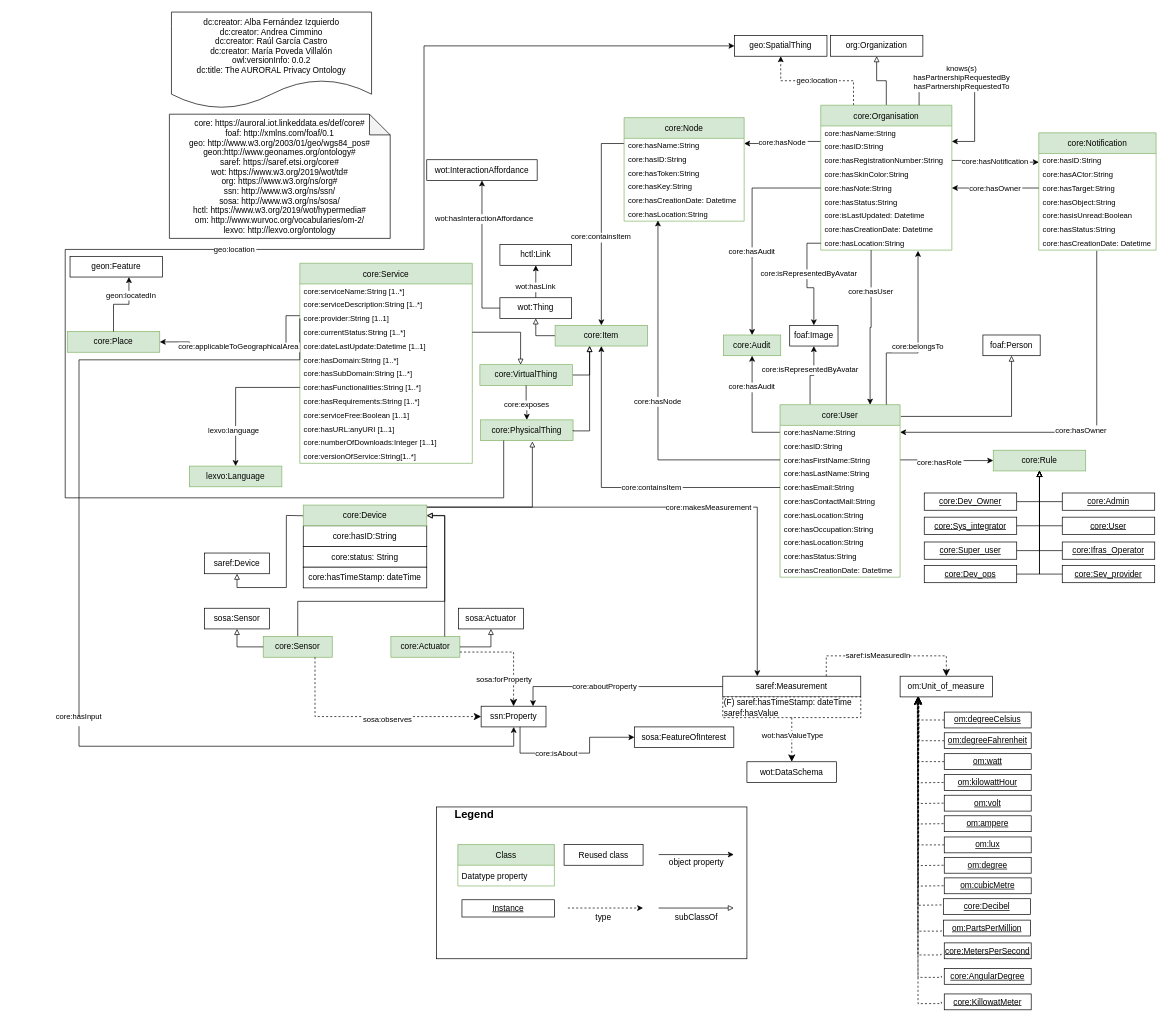
Earlier version of the draw.io diagram page "V2" (1 of 2) of diagrams/core.drawio (oeg-upm/auroral-core-ontology). Source tidied: cells renumbered, new cells numbered last; positions are measured from the earlier drawing's top-left corner, leaving out a move shared by most shapes. Both pictures are drawn from the tidied source at 69%, with x=0, y=0 at pixel (65, 12).
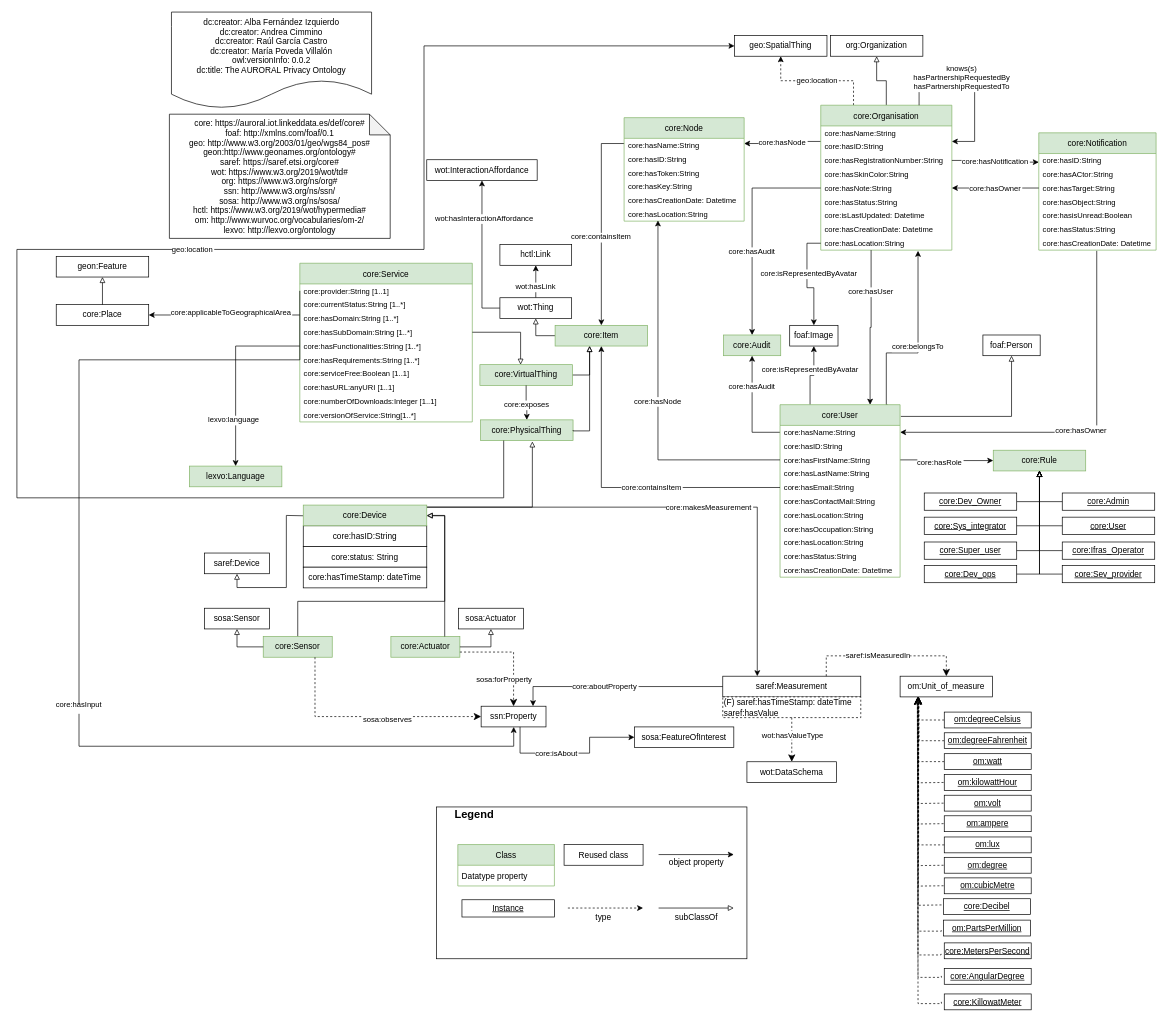
Above is the later version.

Unchanged cells that the change refers to:
```xml
<mxCell id="47" value="geo:SpatialThing" style="rounded=0;whiteSpace=wrap;html=1;" parent="1" vertex="1">
  <mxGeometry x="970" y="34" width="134" height="30" as="geometry" />
</mxCell>
<mxCell id="171" value="core:VirtualThing" style="rounded=0;whiteSpace=wrap;html=1;fillColor=#d5e8d4;strokeColor=#82b366;" parent="1" vertex="1">
  <mxGeometry x="601" y="511" width="134" height="30" as="geometry" />
</mxCell>
<mxCell id="172" value="core:PhysicalThing" style="rounded=0;whiteSpace=wrap;html=1;fillColor=#d5e8d4;strokeColor=#82b366;" parent="1" vertex="1">
  <mxGeometry x="602" y="591" width="134" height="30" as="geometry" />
</mxCell>
```

What changed in the source:
```diff
@@
     <mxCell id="157" value="core:Service" style="swimlane;fontStyle=0;horizontal=1;startSize=30;fillColor=#d5e8d4;strokeColor=#82b366;" parent="1" vertex="1">
-      <mxGeometry x="340" y="364" width="250" height="290" as="geometry" />
+      <mxGeometry x="340" y="364" width="250" height="230" as="geometry" />
     </mxCell>
-    <mxCell id="158" value="core:serviceName:String [1..*]" style="text;strokeColor=none;fillColor=none;align=left;verticalAlign=middle;spacingLeft=4;spacingRight=4;overflow=hidden;fontSize=11;" parent="157" vertex="1">
-      <mxGeometry y="30" width="250" height="20" as="geometry" />
-    </mxCell>
-    <mxCell id="159" value="core:serviceDescription:String [1..*]" style="text;strokeColor=none;fillColor=none;align=left;verticalAlign=middle;spacingLeft=4;spacingRight=4;overflow=hidden;fontSize=11;" parent="157" vertex="1">
-      <mxGeometry y="50" width="250" height="20" as="geometry" />
-    </mxCell>
     <mxCell id="160" value="core:provider:String [1..1]" style="text;strokeColor=none;fillColor=none;align=left;verticalAlign=middle;spacingLeft=4;spacingRight=4;overflow=hidden;points=[[0,0.5],[1,0.5]];portConstraint=eastwest;fontSize=11;" parent="157" vertex="1">
-      <mxGeometry y="70" width="250" height="20" as="geometry" />
+      <mxGeometry y="30" width="250" height="20" as="geometry" />
     </mxCell>
     <mxCell id="161" value="core:currentStatus:String [1..*]" style="text;strokeColor=none;fillColor=none;align=left;verticalAlign=middle;spacingLeft=4;spacingRight=4;overflow=hidden;points=[[0,0.5],[1,0.5]];portConstraint=eastwest;fontSize=11;" parent="157" vertex="1">
-      <mxGeometry y="90" width="250" height="20" as="geometry" />
+      <mxGeometry y="50" width="250" height="20" as="geometry" />
     </mxCell>
-    <mxCell id="162" value="core:dateLastUpdate:Datetime [1..1]" style="text;strokeColor=none;fillColor=none;align=left;verticalAlign=middle;spacingLeft=4;spacingRight=4;overflow=hidden;fontSize=11;" parent="157" vertex="1">
-      <mxGeometry y="110" width="250" height="20" as="geometry" />
-    </mxCell>
     <mxCell id="163" value="core:hasDomain:String [1..*]" style="text;strokeColor=none;fillColor=none;align=left;verticalAlign=middle;spacingLeft=4;spacingRight=4;overflow=hidden;fontSize=11;" parent="157" vertex="1">
-      <mxGeometry y="130" width="250" height="20" as="geometry" />
+      <mxGeometry y="70" width="250" height="20" as="geometry" />
     </mxCell>
     <mxCell id="164" value="core:hasSubDomain:String [1..*]" style="text;strokeColor=none;fillColor=none;align=left;verticalAlign=middle;spacingLeft=4;spacingRight=4;overflow=hidden;fontSize=11;" parent="157" vertex="1">
-      <mxGeometry y="150" width="250" height="20" as="geometry" />
+      <mxGeometry y="90" width="250" height="20" as="geometry" />
     </mxCell>
     <mxCell id="165" value="core:hasFunctionalities:String [1..*]" style="text;strokeColor=none;fillColor=none;align=left;verticalAlign=middle;spacingLeft=4;spacingRight=4;overflow=hidden;points=[[0,0.5],[1,0.5]];portConstraint=eastwest;fontSize=11;" parent="157" vertex="1">
-      <mxGeometry y="170" width="250" height="20" as="geometry" />
+      <mxGeometry y="110" width="250" height="20" as="geometry" />
     </mxCell>
     <mxCell id="166" value="core:hasRequirements:String [1..*]" style="text;strokeColor=none;fillColor=none;align=left;verticalAlign=middle;spacingLeft=4;spacingRight=4;overflow=hidden;fontSize=11;" parent="157" vertex="1">
-      <mxGeometry y="190" width="250" height="20" as="geometry" />
+      <mxGeometry y="130" width="250" height="20" as="geometry" />
     </mxCell>
     <mxCell id="167" value="core:serviceFree:Boolean [1..1]" style="text;strokeColor=none;fillColor=none;align=left;verticalAlign=middle;spacingLeft=4;spacingRight=4;overflow=hidden;fontSize=11;" parent="157" vertex="1">
-      <mxGeometry y="210" width="250" height="20" as="geometry" />
+      <mxGeometry y="150" width="250" height="20" as="geometry" />
     </mxCell>
     <mxCell id="168" value="core:hasURL:anyURI [1..1]" style="text;strokeColor=none;fillColor=none;align=left;verticalAlign=middle;spacingLeft=4;spacingRight=4;overflow=hidden;fontSize=11;" parent="157" vertex="1">
-      <mxGeometry y="230" width="250" height="20" as="geometry" />
+      <mxGeometry y="170" width="250" height="20" as="geometry" />
     </mxCell>
     <mxCell id="169" value="core:numberOfDownloads:Integer [1..1]" style="text;strokeColor=none;fillColor=none;align=left;verticalAlign=middle;spacingLeft=4;spacingRight=4;overflow=hidden;fontSize=11;" parent="157" vertex="1">
-      <mxGeometry y="250" width="250" height="20" as="geometry" />
+      <mxGeometry y="190" width="250" height="20" as="geometry" />
     </mxCell>
     <mxCell id="170" value="core:versionOfService:String[1..*]" style="text;strokeColor=none;fillColor=none;align=left;verticalAlign=middle;spacingLeft=4;spacingRight=4;overflow=hidden;fontSize=11;" parent="157" vertex="1">
-      <mxGeometry y="270" width="250" height="20" as="geometry" />
+      <mxGeometry y="210" width="250" height="20" as="geometry" />
     </mxCell>
@@
-    <mxCell id="175" style="edgeStyle=orthogonalEdgeStyle;rounded=0;jettySize=auto;html=1;fontSize=11;endArrow=block;endFill=0;" parent="1" edge="1" source="161" target="171">
+    <mxCell id="175" style="edgeStyle=orthogonalEdgeStyle;rounded=0;jettySize=auto;html=1;fontSize=11;endArrow=block;endFill=0;" parent="1" edge="1" source="157" target="171">
       <mxGeometry relative="1" as="geometry">
         <Array as="points">
           <mxPoint x="660" y="464" />
         </Array>
       </mxGeometry>
     </mxCell>
@@
     <mxCell id="181" value="geo:location" style="edgeStyle=orthogonalEdgeStyle;rounded=0;jettySize=auto;fontSize=11;endArrow=classic;endFill=1;exitX=0.25;exitY=1;exitDx=0;exitDy=0;entryX=0;entryY=0.5;entryDx=0;entryDy=0;" parent="1" edge="1" source="172" target="47">
       <mxGeometry x="0.13" relative="1" as="geometry">
         <Array as="points">
           <mxPoint x="636" y="704" />
-          <mxPoint y="704" />
-          <mxPoint y="344" />
+          <mxPoint x="-70" y="704" />
+          <mxPoint x="-70" y="344" />
           <mxPoint x="520" y="344" />
           <mxPoint x="520" y="49" />
         </Array>
       </mxGeometry>
     </mxCell>
@@
-    <mxCell id="188" value="core:Place" style="rounded=0;whiteSpace=wrap;html=1;fillColor=#d5e8d4;strokeColor=#82b366;" parent="1" vertex="1">
-      <mxGeometry x="3" y="463" width="134" height="30" as="geometry" />
-    </mxCell>
     <mxCell id="189" value="geon:Feature" style="rounded=0;whiteSpace=wrap;html=1;" parent="1" vertex="1">
-      <mxGeometry x="7" y="354" width="134" height="30" as="geometry" />
+      <mxGeometry x="-13" y="354" width="134" height="30" as="geometry" />
     </mxCell>
-    <mxCell id="190" style="edgeStyle=orthogonalEdgeStyle;rounded=0;jettySize=auto;html=1;fontSize=11;endArrow=classic;endFill=1;entryX=1;entryY=0.5;entryDx=0;entryDy=0;" parent="1" edge="1" target="188">
+    <mxCell id="190" style="edgeStyle=orthogonalEdgeStyle;rounded=0;jettySize=auto;html=1;fontSize=11;endArrow=classic;endFill=1;" parent="1" edge="1" source="157" target="188">
       <mxGeometry relative="1" as="geometry">
-        <mxPoint x="340" y="440" as="sourcePoint" />
         <Array as="points">
-          <mxPoint x="320" y="440" />
-          <mxPoint x="320" y="484" />
-          <mxPoint x="180" y="484" />
-          <mxPoint x="180" y="478" />
+          <mxPoint x="280" y="439" />
+          <mxPoint x="280" y="439" />
         </Array>
       </mxGeometry>
     </mxCell>
     <mxCell id="191" value="core:applicableToGeographicalArea" style="edgeLabel;align=center;verticalAlign=middle;fontSize=11;" parent="190" vertex="1">
       <mxGeometry x="0.49" y="-3" relative="1" as="geometry">
-        <mxPoint x="55" y="3" as="offset" />
+        <mxPoint x="63" y="-2" as="offset" />
       </mxGeometry>
     </mxCell>
+    <mxCell id="188" value="core:Place" style="rounded=0;whiteSpace=wrap;html=1;" parent="1" vertex="1">
+      <mxGeometry x="-13" y="424" width="134" height="30" as="geometry" />
+    </mxCell>
-    <mxCell id="192" style="edgeStyle=orthogonalEdgeStyle;rounded=0;jettySize=auto;html=1;entryX=0.637;entryY=1;entryDx=0;entryDy=0;fontSize=11;endArrow=classic;endFill=1;entryPerimeter=0;" parent="1" edge="1" source="188" target="189">
+    <mxCell id="192" style="edgeStyle=orthogonalEdgeStyle;rounded=0;jettySize=auto;html=1;exitX=0.5;exitY=0;exitDx=0;exitDy=0;fontSize=11;endArrow=block;endFill=0;" parent="1" edge="1" source="188" target="189">
       <mxGeometry relative="1" as="geometry" />
     </mxCell>
-    <mxCell id="193" value="geon:locatedIn" style="edgeLabel;align=center;verticalAlign=middle;fontSize=11;" parent="192" vertex="1">
-      <mxGeometry x="0.49" y="-3" relative="1" as="geometry" />
-    </mxCell>
```
